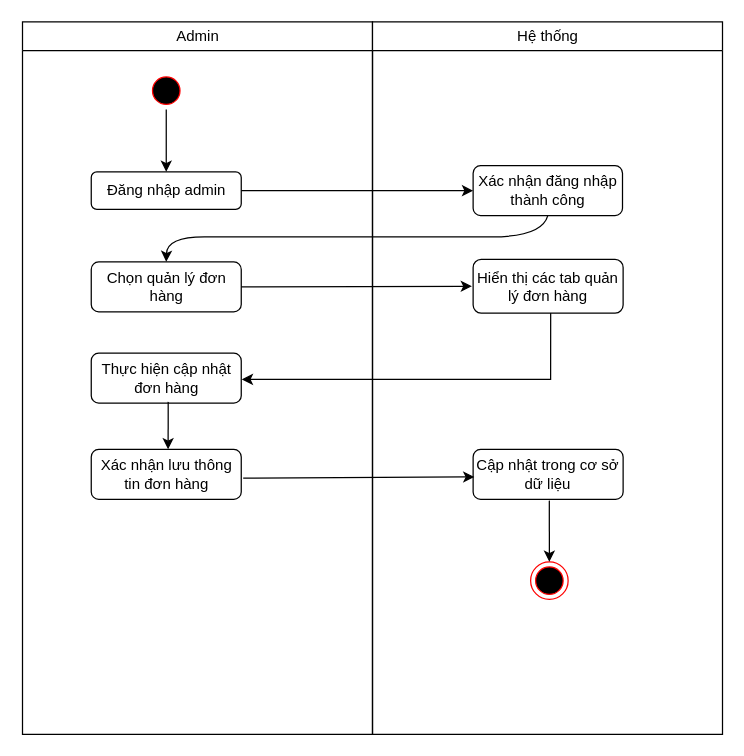
This is ADRepairTicket.drawio from lesongvi/dhelpproject, a draw.io file, before an edit. Source tidied: cells renumbered, new cells numbered last; positions are measured from the earlier drawing's top-left corner, leaving out a move shared by most shapes. Both pictures are drawn from the tidied source at 125%, with x=0, y=0 at pixel (21, 21).
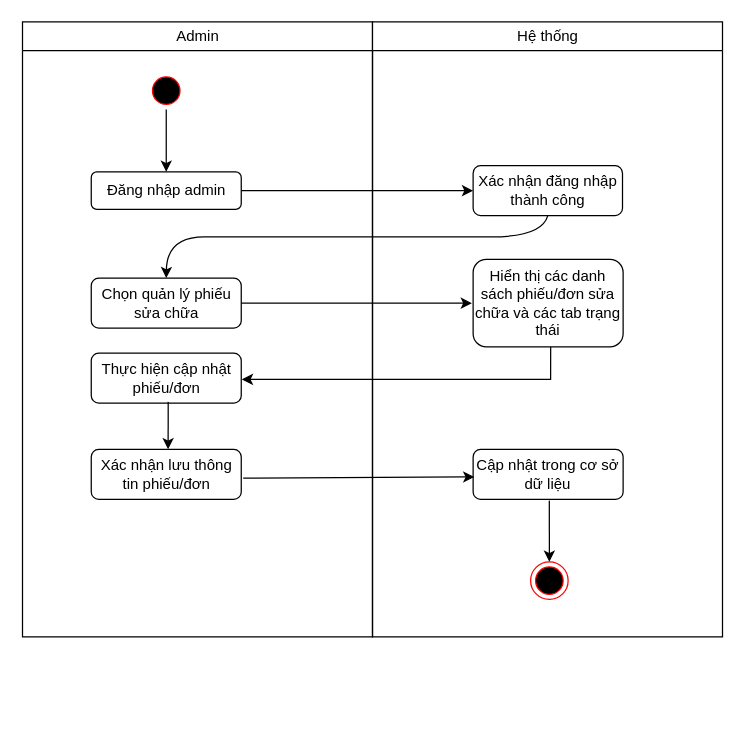
Above is the later version.

The edit, as a diff of the source:
```diff
@@
     <mxCell id="2" value="Admin" style="swimlane;whiteSpace=wrap;fontStyle=0;" parent="1" vertex="1">
-      <mxGeometry x="0.5" width="280" height="570" as="geometry" />
+      <mxGeometry x="0.5" width="280" height="492" as="geometry" />
     </mxCell>
@@
-    <mxCell id="6" value="Chọn quản lý đơn hàng" style="rounded=1;whiteSpace=wrap;html=1;" parent="2" vertex="1">
-      <mxGeometry x="55" y="192" width="120" height="40" as="geometry" />
+    <mxCell id="6" value="Chọn quản lý phiếu sửa chữa" style="rounded=1;whiteSpace=wrap;html=1;" parent="2" vertex="1">
+      <mxGeometry x="55" y="205" width="120" height="40" as="geometry" />
     </mxCell>
-    <mxCell id="7" value="Thực hiện cập nhật đơn hàng" style="rounded=1;whiteSpace=wrap;html=1;" parent="2" vertex="1">
+    <mxCell id="7" value="Thực hiện cập nhật phiếu/đơn" style="rounded=1;whiteSpace=wrap;html=1;" parent="2" vertex="1">
       <mxGeometry x="55" y="265" width="120" height="40" as="geometry" />
     </mxCell>
-    <mxCell id="8" value="Xác nhận lưu thông tin đơn hàng" style="rounded=1;whiteSpace=wrap;html=1;" parent="2" vertex="1">
+    <mxCell id="8" value="Xác nhận lưu thông tin phiếu/đơn" style="rounded=1;whiteSpace=wrap;html=1;" parent="2" vertex="1">
       <mxGeometry x="55" y="342" width="120" height="40" as="geometry" />
     </mxCell>
@@
     <mxCell id="10" value="Hệ thống" style="swimlane;whiteSpace=wrap;fontStyle=0;" parent="1" vertex="1">
-      <mxGeometry x="280.5" width="280" height="570" as="geometry" />
+      <mxGeometry x="280.5" width="280" height="492" as="geometry" />
     </mxCell>
@@
-    <mxCell id="13" value="Hiển thị các tab quản lý đơn hàng" style="rounded=1;whiteSpace=wrap;html=1;" parent="10" vertex="1">
-      <mxGeometry x="80.5" y="190" width="120" height="43" as="geometry" />
+    <mxCell id="13" value="Hiển thị các danh sách phiếu/đơn sửa chữa và các tab trạng thái" style="rounded=1;whiteSpace=wrap;html=1;" parent="10" vertex="1">
+      <mxGeometry x="80.5" y="190" width="120" height="70" as="geometry" />
     </mxCell>
```
